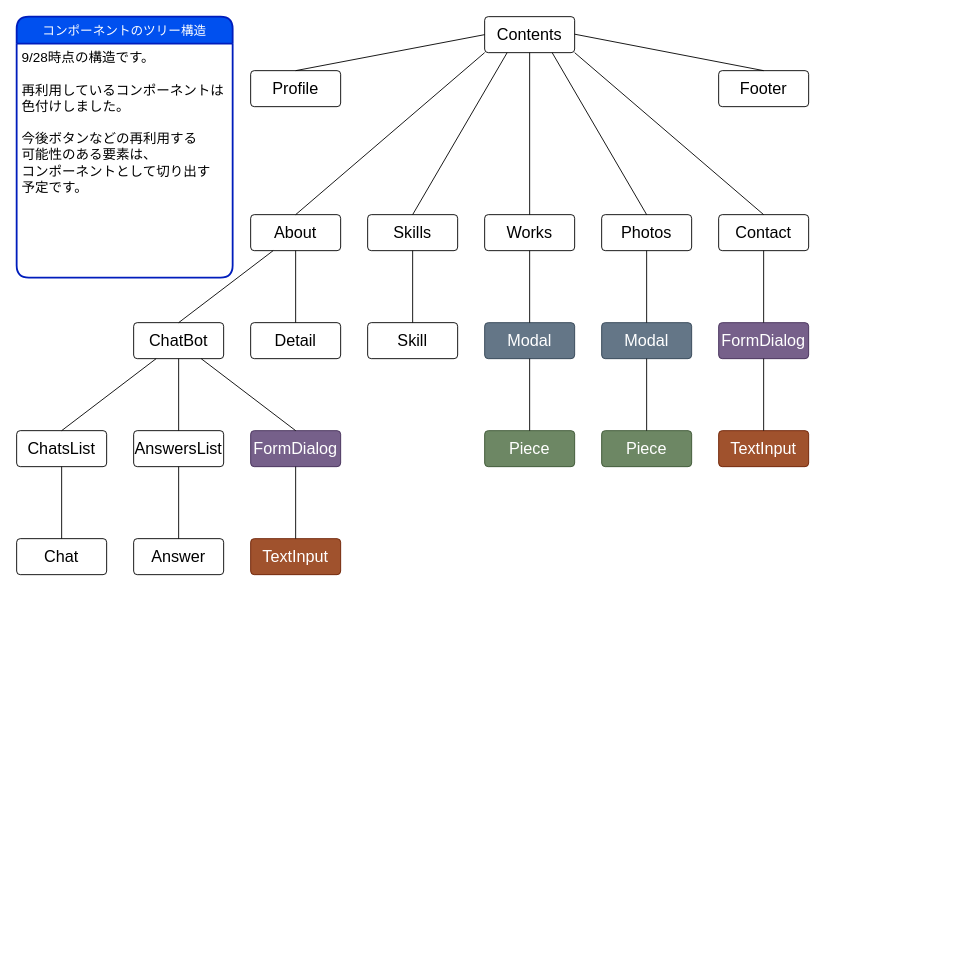
The draw.io diagram src/component.drawio in yuktnk/yuktnk_portfolio_site, before the edit. Source tidied: cells renumbered, new cells numbered last; positions are measured from the earlier drawing's top-left corner, leaving out a move shared by most shapes. Both pictures are drawn from the tidied source at 90%, with x=0, y=0 at pixel (16, 16).
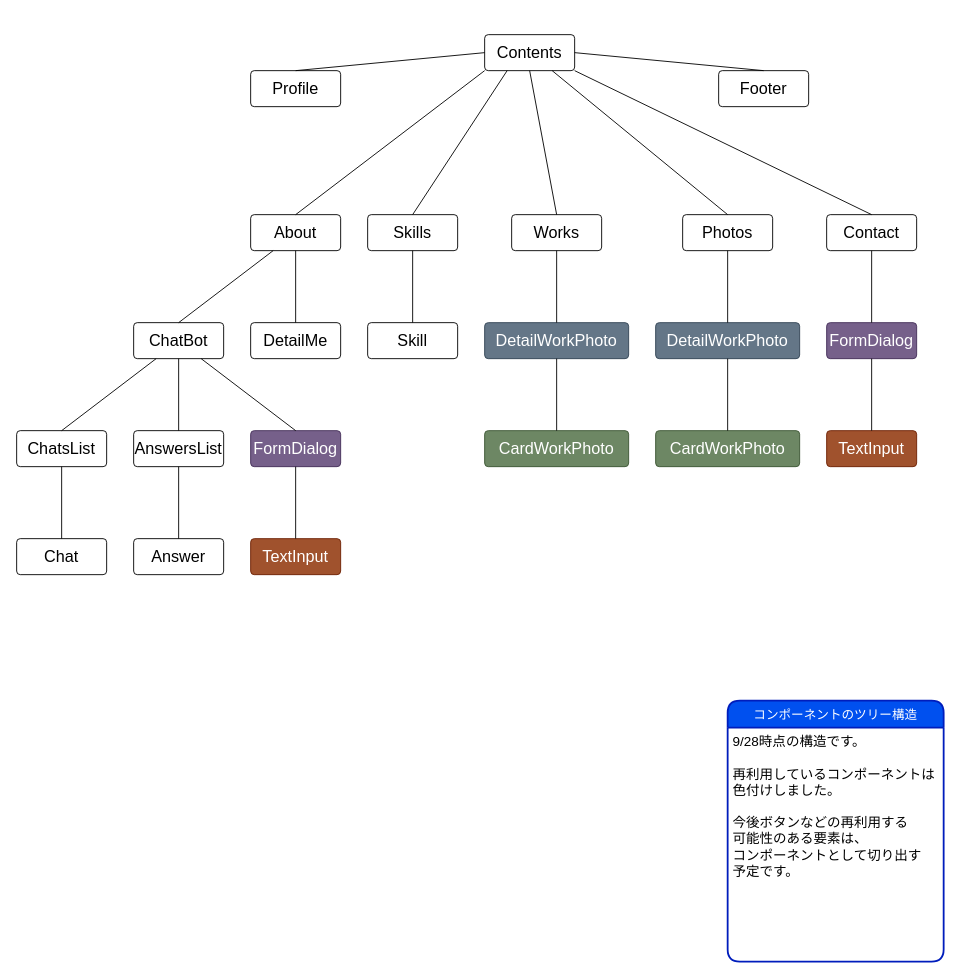
Above is the later version.

Unchanged cells that the change refers to:
```xml
<mxCell id="8" value="Footer" style="rounded=1;arcSize=10;whiteSpace=wrap;html=1;align=center;fontSize=18;" parent="1" vertex="1">
  <mxGeometry x="780" y="60" width="100" height="40" as="geometry" />
</mxCell>
```

Change to the diagram source:
```diff
@@
     <mxCell id="2" value="Contents" style="rounded=1;arcSize=10;whiteSpace=wrap;html=1;align=center;fontSize=18;" parent="1" vertex="1">
-      <mxGeometry x="520" width="100" height="40" as="geometry" />
+      <mxGeometry x="520" y="20" width="100" height="40" as="geometry" />
     </mxCell>
     <mxCell id="3" value="Works" style="rounded=1;arcSize=10;whiteSpace=wrap;html=1;align=center;fontSize=18;" parent="1" vertex="1">
-      <mxGeometry x="520" y="220" width="100" height="40" as="geometry" />
+      <mxGeometry x="550" y="220" width="100" height="40" as="geometry" />
     </mxCell>
     <mxCell id="4" value="Photos" style="rounded=1;arcSize=10;whiteSpace=wrap;html=1;align=center;fontSize=18;" parent="1" vertex="1">
-      <mxGeometry x="650" y="220" width="100" height="40" as="geometry" />
+      <mxGeometry x="740" y="220" width="100" height="40" as="geometry" />
     </mxCell>
@@
     <mxCell id="6" value="Contact" style="rounded=1;arcSize=10;whiteSpace=wrap;html=1;align=center;fontSize=18;" parent="1" vertex="1">
-      <mxGeometry x="780" y="220" width="100" height="40" as="geometry" />
+      <mxGeometry x="900" y="220" width="100" height="40" as="geometry" />
     </mxCell>
@@
-    <mxCell id="10" value="Detail" style="rounded=1;arcSize=10;whiteSpace=wrap;html=1;align=center;fontSize=18;" parent="1" vertex="1">
+    <mxCell id="10" value="DetailMe" style="rounded=1;arcSize=10;whiteSpace=wrap;html=1;align=center;fontSize=18;" parent="1" vertex="1">
       <mxGeometry x="260" y="340" width="100" height="40" as="geometry" />
     </mxCell>
@@
-    <mxCell id="13" value="Modal" style="rounded=1;arcSize=10;whiteSpace=wrap;html=1;align=center;fontSize=18;fillColor=#647687;strokeColor=#314354;fontColor=#ffffff;" parent="1" vertex="1">
-      <mxGeometry x="520" y="340" width="100" height="40" as="geometry" />
+    <mxCell id="13" value="DetailWorkPhoto" style="rounded=1;arcSize=10;whiteSpace=wrap;html=1;align=center;fontSize=18;fillColor=#647687;strokeColor=#314354;fontColor=#ffffff;" parent="1" vertex="1">
+      <mxGeometry x="520" y="340" width="160" height="40" as="geometry" />
     </mxCell>
-    <mxCell id="14" value="Piece" style="rounded=1;arcSize=10;whiteSpace=wrap;html=1;align=center;fontSize=18;fillColor=#6d8764;strokeColor=#3A5431;fontColor=#ffffff;" parent="1" vertex="1">
-      <mxGeometry x="520" y="460" width="100" height="40" as="geometry" />
+    <mxCell id="14" value="CardWorkPhoto" style="rounded=1;arcSize=10;whiteSpace=wrap;html=1;align=center;fontSize=18;fillColor=#6d8764;strokeColor=#3A5431;fontColor=#ffffff;" parent="1" vertex="1">
+      <mxGeometry x="520" y="460" width="160" height="40" as="geometry" />
     </mxCell>
-    <mxCell id="15" value="Modal" style="rounded=1;arcSize=10;whiteSpace=wrap;html=1;align=center;fontSize=18;fillColor=#647687;strokeColor=#314354;fontColor=#ffffff;" parent="1" vertex="1">
-      <mxGeometry x="650" y="340" width="100" height="40" as="geometry" />
+    <mxCell id="15" value="DetailWorkPhoto" style="rounded=1;arcSize=10;whiteSpace=wrap;html=1;align=center;fontSize=18;fillColor=#647687;strokeColor=#314354;fontColor=#ffffff;" parent="1" vertex="1">
+      <mxGeometry x="710" y="340" width="160" height="40" as="geometry" />
     </mxCell>
-    <mxCell id="16" value="Piece" style="rounded=1;arcSize=10;whiteSpace=wrap;html=1;align=center;fontSize=18;fillColor=#6d8764;strokeColor=#3A5431;fontColor=#ffffff;" parent="1" vertex="1">
-      <mxGeometry x="650" y="460" width="100" height="40" as="geometry" />
+    <mxCell id="16" value="CardWorkPhoto" style="rounded=1;arcSize=10;whiteSpace=wrap;html=1;align=center;fontSize=18;fillColor=#6d8764;strokeColor=#3A5431;fontColor=#ffffff;" parent="1" vertex="1">
+      <mxGeometry x="710" y="460" width="160" height="40" as="geometry" />
     </mxCell>
     <mxCell id="17" value="FormDialog" style="rounded=1;arcSize=10;whiteSpace=wrap;html=1;align=center;fontSize=18;fillColor=#76608a;strokeColor=#432D57;fontColor=#ffffff;" parent="1" vertex="1">
-      <mxGeometry x="780" y="340" width="100" height="40" as="geometry" />
+      <mxGeometry x="900" y="340" width="100" height="40" as="geometry" />
     </mxCell>
@@
-    <mxCell id="19" style="endArrow=none;html=1;rounded=0;fontSize=18;entryX=0.5;entryY=0;entryDx=0;entryDy=0;" parent="1" edge="1" target="8">
-      <mxGeometry relative="1" as="geometry">
-        <mxPoint x="620" y="19.5" as="sourcePoint" />
-      </mxGeometry>
+    <mxCell id="19" style="endArrow=none;html=1;rounded=0;fontSize=18;entryX=0.5;entryY=0;entryDx=0;entryDy=0;exitX=1;exitY=0.5;exitDx=0;exitDy=0;" parent="1" edge="1" source="2" target="8">
+      <mxGeometry relative="1" as="geometry" />
     </mxCell>
@@
     <mxCell id="33" value="TextInput" style="rounded=1;arcSize=10;whiteSpace=wrap;html=1;align=center;fontSize=18;fillColor=#a0522d;strokeColor=#6D1F00;fontColor=#ffffff;" parent="1" vertex="1">
-      <mxGeometry x="780" y="460" width="100" height="40" as="geometry" />
+      <mxGeometry x="900" y="460" width="100" height="40" as="geometry" />
     </mxCell>
@@
     <mxCell id="47" value="コンポーネントのツリー構造" style="swimlane;horizontal=1;startSize=30;rounded=1;fontSize=14;fontStyle=0;strokeWidth=2;shadow=0;dashed=0;align=center;fillColor=#0050ef;strokeColor=#001DBC;fontColor=#ffffff;" parent="1" vertex="1">
-      <mxGeometry width="240" height="290" as="geometry" />
+      <mxGeometry x="790" y="760" width="240" height="290" as="geometry" />
     </mxCell>
```
